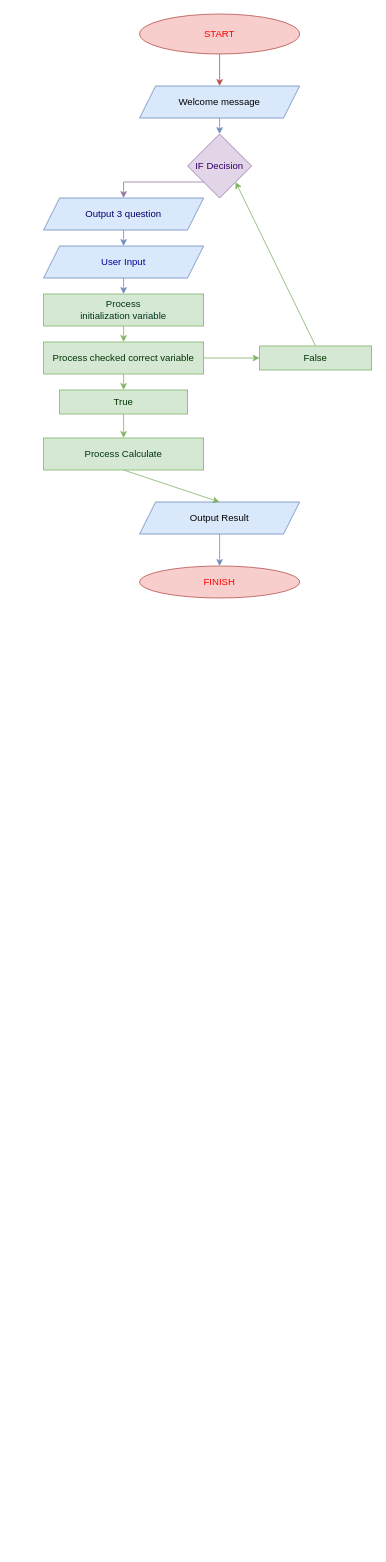
natafesenko/AssignmentFOOP_PDP keeps this draw.io diagram as mortgage.drawio. Above is the earlier version. Source tidied: cells renumbered, new cells numbered last; positions are measured from the earlier drawing's top-left corner, leaving out a move shared by most shapes. Both pictures are drawn from the tidied source at 80%, with x=0, y=0 at pixel (43, 14).
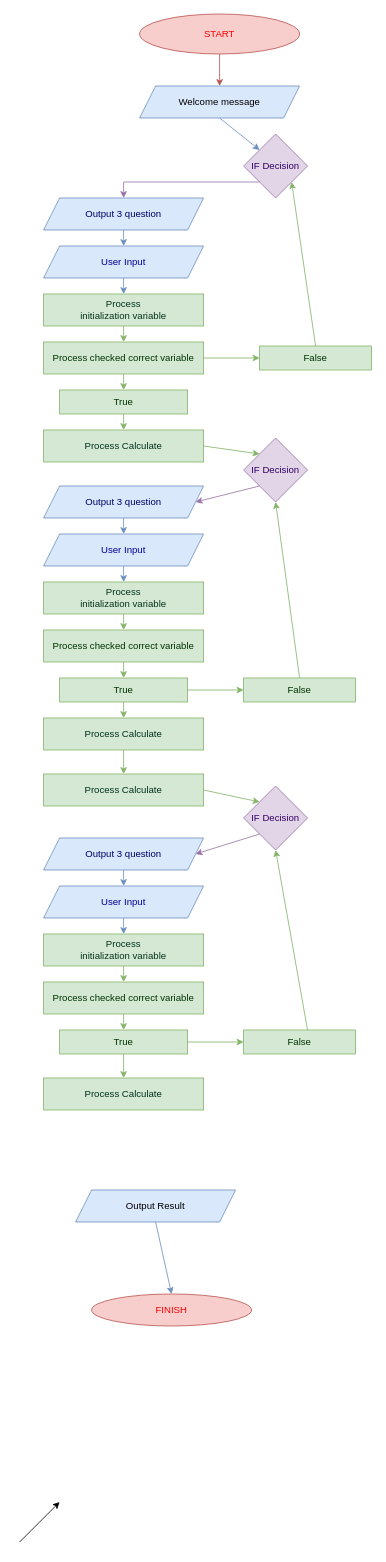
After the change.

The change refers to these unchanged cells:
```xml
<mxCell id="3" value="Welcome message" style="shape=parallelogram;perimeter=parallelogramPerimeter;whiteSpace=wrap;html=1;fixedSize=1;fillColor=#dae8fc;strokeColor=#6c8ebf;" parent="1" vertex="1">
  <mxGeometry x="120" y="90" width="200" height="40" as="geometry" />
</mxCell>
<mxCell id="18" value="True" style="rounded=0;whiteSpace=wrap;html=1;labelBorderColor=none;fillColor=#d5e8d4;strokeColor=#82b366;fontColor=#003300;" parent="1" vertex="1">
  <mxGeometry x="20" y="470" width="160" height="30" as="geometry" />
</mxCell>
```

Diff of the diagram source:
```diff
@@
-    <mxCell id="7" style="endArrow=classic;html=1;rounded=0;exitX=0.5;exitY=1;exitDx=0;exitDy=0;fillColor=#dae8fc;strokeColor=#6c8ebf;" parent="1" edge="1" source="3">
-      <mxGeometry relative="1" as="geometry">
-        <mxPoint x="220" y="150" as="targetPoint" />
-      </mxGeometry>
+    <mxCell id="7" style="endArrow=classic;html=1;rounded=0;exitX=0.5;exitY=1;exitDx=0;exitDy=0;fillColor=#dae8fc;strokeColor=#6c8ebf;entryX=0;entryY=0;entryDx=0;entryDy=0;" parent="1" edge="1" source="3" target="16">
+      <mxGeometry relative="1" as="geometry" />
     </mxCell>
@@
     <mxCell id="10" value="Process Calculate" style="rounded=0;whiteSpace=wrap;html=1;fillColor=#d5e8d4;strokeColor=#82b366;fontColor=#00331A;" parent="1" vertex="1">
-      <mxGeometry y="530" width="200" height="40" as="geometry" />
+      <mxGeometry y="880" width="200" height="40" as="geometry" />
     </mxCell>
     <mxCell id="11" value="Output Result" style="shape=parallelogram;perimeter=parallelogramPerimeter;whiteSpace=wrap;html=1;fixedSize=1;fillColor=#dae8fc;strokeColor=#6c8ebf;" parent="1" vertex="1">
-      <mxGeometry x="120" y="610" width="200" height="40" as="geometry" />
+      <mxGeometry x="40" y="1470" width="200" height="40" as="geometry" />
     </mxCell>
     <mxCell id="12" value="FINISH" style="ellipse;whiteSpace=wrap;html=1;fillColor=#f8cecc;strokeColor=#b85450;fontColor=#FF0000;" parent="1" vertex="1">
-      <mxGeometry x="120" y="690" width="200" height="40" as="geometry" />
+      <mxGeometry x="60" y="1600" width="200" height="40" as="geometry" />
     </mxCell>
-    <mxCell id="13" style="endArrow=classic;html=1;rounded=0;exitX=0.5;exitY=1;exitDx=0;exitDy=0;entryX=0.5;entryY=0;entryDx=0;entryDy=0;fillColor=#d5e8d4;strokeColor=#82b366;" parent="1" edge="1" source="10" target="11">
+    <mxCell id="13" style="endArrow=classic;html=1;rounded=0;exitX=0.5;exitY=1;exitDx=0;exitDy=0;entryX=0.5;entryY=0;entryDx=0;entryDy=0;fillColor=#d5e8d4;strokeColor=#82b366;" parent="1" edge="1" source="10" target="62">
       <mxGeometry relative="1" as="geometry" />
     </mxCell>
@@
     <mxCell id="16" value="IF Decision" style="rhombus;whiteSpace=wrap;html=1;labelBorderColor=none;fillColor=#e1d5e7;strokeColor=#9673a6;fontColor=#330066;" parent="1" vertex="1">
-      <mxGeometry x="180" y="150" width="80" height="80" as="geometry" />
+      <mxGeometry x="250" y="150" width="80" height="80" as="geometry" />
     </mxCell>
@@
-    <mxCell id="23" style="endArrow=classic;html=1;rounded=0;fontColor=#330066;exitX=0.5;exitY=1;exitDx=0;exitDy=0;entryX=0.5;entryY=0;entryDx=0;entryDy=0;fillColor=#d5e8d4;strokeColor=#82b366;" parent="1" edge="1" source="18" target="10">
-      <mxGeometry relative="1" as="geometry" />
-    </mxCell>
@@
+    <mxCell id="27" style="endArrow=classic;html=1;rounded=0;exitX=0.5;exitY=1;exitDx=0;exitDy=0;entryX=0.5;entryY=0;entryDx=0;entryDy=0;fillColor=#dae8fc;strokeColor=#6c8ebf;" parent="1" edge="1" source="36" target="37">
+      <mxGeometry relative="1" as="geometry" />
+    </mxCell>
+    <mxCell id="28" style="endArrow=classic;html=1;rounded=0;fontColor=#FF0000;entryX=0.5;entryY=0;entryDx=0;entryDy=0;fillColor=#d5e8d4;strokeColor=#82b366;exitX=0.5;exitY=1;exitDx=0;exitDy=0;" parent="1" edge="1" source="37" target="38">
+      <mxGeometry relative="1" as="geometry" />
+    </mxCell>
+    <mxCell id="29" value="IF Decision" style="rhombus;whiteSpace=wrap;html=1;labelBorderColor=none;fillColor=#e1d5e7;strokeColor=#9673a6;fontColor=#330066;" parent="1" vertex="1">
+      <mxGeometry x="250" y="530" width="80" height="80" as="geometry" />
+    </mxCell>
+    <mxCell id="30" value="False" style="rounded=0;whiteSpace=wrap;html=1;labelBorderColor=none;fillColor=#d5e8d4;strokeColor=#82b366;fontColor=#003300;" parent="1" vertex="1">
+      <mxGeometry x="250" y="830" width="140" height="30" as="geometry" />
+    </mxCell>
+    <mxCell id="31" style="endArrow=classic;html=1;rounded=0;fontColor=#330066;exitX=0.5;exitY=1;exitDx=0;exitDy=0;entryX=0.5;entryY=0;entryDx=0;entryDy=0;fillColor=#d5e8d4;strokeColor=#82b366;" parent="1" edge="1" source="38" target="39">
+      <mxGeometry relative="1" as="geometry" />
+    </mxCell>
+    <mxCell id="32" style="endArrow=classic;html=1;rounded=0;fontColor=#330066;exitX=1;exitY=0.5;exitDx=0;exitDy=0;entryX=0;entryY=0.5;entryDx=0;entryDy=0;fillColor=#d5e8d4;strokeColor=#82b366;" parent="1" edge="1" source="39" target="30">
+      <mxGeometry relative="1" as="geometry" />
+    </mxCell>
+    <mxCell id="33" style="endArrow=classic;html=1;rounded=0;fontColor=#330066;exitX=0.5;exitY=0;exitDx=0;exitDy=0;fillColor=#d5e8d4;strokeColor=#82b366;entryX=0.5;entryY=1;entryDx=0;entryDy=0;" parent="1" edge="1" source="30" target="29">
+      <mxGeometry relative="1" as="geometry" />
+    </mxCell>
+    <mxCell id="34" style="edgeStyle=orthogonalEdgeStyle;rounded=0;orthogonalLoop=1;jettySize=auto;html=1;exitX=0.5;exitY=1;exitDx=0;exitDy=0;fontColor=#003300;" parent="1" edge="1">
+      <mxGeometry relative="1" as="geometry">
+        <mxPoint x="90" y="890" as="sourcePoint" />
+        <mxPoint x="90" y="890" as="targetPoint" />
+      </mxGeometry>
+    </mxCell>
+    <mxCell id="35" style="endArrow=classic;html=1;rounded=0;fontColor=#000066;exitX=0.5;exitY=1;exitDx=0;exitDy=0;fillColor=#dae8fc;strokeColor=#6c8ebf;" parent="1" edge="1" source="41" target="36">
+      <mxGeometry relative="1" as="geometry" />
+    </mxCell>
+    <mxCell id="36" value="User Input" style="shape=parallelogram;perimeter=parallelogramPerimeter;whiteSpace=wrap;html=1;fixedSize=1;labelBorderColor=none;fillColor=#dae8fc;strokeColor=#6c8ebf;fontColor=#000099;" parent="1" vertex="1">
+      <mxGeometry y="650" width="200" height="40" as="geometry" />
+    </mxCell>
+    <mxCell id="37" value="Process &lt;br&gt;initialization variable" style="rounded=0;whiteSpace=wrap;html=1;fillColor=#d5e8d4;strokeColor=#82b366;fontColor=#00331A;" parent="1" vertex="1">
+      <mxGeometry y="710" width="200" height="40" as="geometry" />
+    </mxCell>
+    <mxCell id="38" value="Process checked correct variable" style="rounded=0;whiteSpace=wrap;html=1;fillColor=#d5e8d4;strokeColor=#82b366;fontColor=#003300;" parent="1" vertex="1">
+      <mxGeometry y="770" width="200" height="40" as="geometry" />
+    </mxCell>
+    <mxCell id="39" value="True" style="rounded=0;whiteSpace=wrap;html=1;labelBorderColor=none;fillColor=#d5e8d4;strokeColor=#82b366;fontColor=#003300;" parent="1" vertex="1">
+      <mxGeometry x="20" y="830" width="160" height="30" as="geometry" />
+    </mxCell>
+    <mxCell id="40" style="endArrow=classic;html=1;rounded=0;exitX=0.5;exitY=1;exitDx=0;exitDy=0;entryX=0.5;entryY=0;entryDx=0;entryDy=0;fillColor=#d5e8d4;strokeColor=#82b366;" parent="1" edge="1" source="18" target="63">
+      <mxGeometry relative="1" as="geometry" />
+    </mxCell>
+    <mxCell id="41" value="Output 3 question" style="shape=parallelogram;perimeter=parallelogramPerimeter;whiteSpace=wrap;html=1;fixedSize=1;labelBorderColor=none;fillColor=#dae8fc;strokeColor=#6c8ebf;fontColor=#000066;" parent="1" vertex="1">
+      <mxGeometry y="590" width="200" height="40" as="geometry" />
+    </mxCell>
+    <mxCell id="42" style="endArrow=classic;html=1;rounded=0;exitX=0;exitY=1;exitDx=0;exitDy=0;entryX=1;entryY=0.5;entryDx=0;entryDy=0;fillColor=#e1d5e7;strokeColor=#9673a6;" parent="1" edge="1" source="29" target="41">
+      <mxGeometry relative="1" as="geometry" />
+    </mxCell>
+    <mxCell id="43" style="endArrow=classic;html=1;rounded=0;" parent="1" edge="1">
+      <mxGeometry relative="1" as="geometry">
+        <mxPoint x="-30" y="1910" as="sourcePoint" />
+        <mxPoint x="20" y="1860" as="targetPoint" />
+      </mxGeometry>
+    </mxCell>
+    <mxCell id="44" style="endArrow=classic;html=1;rounded=0;exitX=0.5;exitY=1;exitDx=0;exitDy=0;fillColor=#d5e8d4;strokeColor=#82b366;" parent="1" edge="1" source="39" target="10">
+      <mxGeometry relative="1" as="geometry" />
+    </mxCell>
+    <mxCell id="45" value="Process Calculate" style="rounded=0;whiteSpace=wrap;html=1;fillColor=#d5e8d4;strokeColor=#82b366;fontColor=#00331A;" parent="1" vertex="1">
+      <mxGeometry y="1330" width="200" height="40" as="geometry" />
+    </mxCell>
+    <mxCell id="46" style="endArrow=classic;html=1;rounded=0;exitX=0.5;exitY=1;exitDx=0;exitDy=0;entryX=0.5;entryY=0;entryDx=0;entryDy=0;fillColor=#dae8fc;strokeColor=#6c8ebf;" parent="1" edge="1" source="54" target="55">
+      <mxGeometry relative="1" as="geometry" />
+    </mxCell>
+    <mxCell id="47" style="endArrow=classic;html=1;rounded=0;fontColor=#FF0000;entryX=0.5;entryY=0;entryDx=0;entryDy=0;fillColor=#d5e8d4;strokeColor=#82b366;exitX=0.5;exitY=1;exitDx=0;exitDy=0;" parent="1" edge="1" source="55" target="56">
+      <mxGeometry relative="1" as="geometry" />
+    </mxCell>
+    <mxCell id="48" value="False" style="rounded=0;whiteSpace=wrap;html=1;labelBorderColor=none;fillColor=#d5e8d4;strokeColor=#82b366;fontColor=#003300;" parent="1" vertex="1">
+      <mxGeometry x="250" y="1270" width="140" height="30" as="geometry" />
+    </mxCell>
+    <mxCell id="49" style="endArrow=classic;html=1;rounded=0;fontColor=#330066;exitX=0.5;exitY=1;exitDx=0;exitDy=0;entryX=0.5;entryY=0;entryDx=0;entryDy=0;fillColor=#d5e8d4;strokeColor=#82b366;" parent="1" edge="1" source="56" target="57">
+      <mxGeometry relative="1" as="geometry" />
+    </mxCell>
+    <mxCell id="50" style="endArrow=classic;html=1;rounded=0;fontColor=#330066;exitX=1;exitY=0.5;exitDx=0;exitDy=0;entryX=0;entryY=0.5;entryDx=0;entryDy=0;fillColor=#d5e8d4;strokeColor=#82b366;" parent="1" edge="1" source="57" target="48">
+      <mxGeometry relative="1" as="geometry" />
+    </mxCell>
+    <mxCell id="51" style="endArrow=classic;html=1;rounded=0;fontColor=#330066;exitX=0.571;exitY=0;exitDx=0;exitDy=0;entryX=0.5;entryY=1;entryDx=0;entryDy=0;fillColor=#d5e8d4;strokeColor=#82b366;exitPerimeter=0;" parent="1" edge="1" source="48" target="61">
+      <mxGeometry relative="1" as="geometry" />
+    </mxCell>
+    <mxCell id="52" style="edgeStyle=orthogonalEdgeStyle;rounded=0;orthogonalLoop=1;jettySize=auto;html=1;exitX=0.5;exitY=1;exitDx=0;exitDy=0;fontColor=#003300;" parent="1" edge="1">
+      <mxGeometry relative="1" as="geometry">
+        <mxPoint x="120" y="1370" as="sourcePoint" />
+        <mxPoint x="120" y="1370" as="targetPoint" />
+      </mxGeometry>
+    </mxCell>
+    <mxCell id="53" style="endArrow=classic;html=1;rounded=0;fontColor=#000066;exitX=0.5;exitY=1;exitDx=0;exitDy=0;fillColor=#dae8fc;strokeColor=#6c8ebf;" parent="1" edge="1" source="58" target="54">
+      <mxGeometry relative="1" as="geometry" />
+    </mxCell>
+    <mxCell id="54" value="User Input" style="shape=parallelogram;perimeter=parallelogramPerimeter;whiteSpace=wrap;html=1;fixedSize=1;labelBorderColor=none;fillColor=#dae8fc;strokeColor=#6c8ebf;fontColor=#000099;" parent="1" vertex="1">
+      <mxGeometry y="1090" width="200" height="40" as="geometry" />
+    </mxCell>
+    <mxCell id="55" value="Process &lt;br&gt;initialization variable" style="rounded=0;whiteSpace=wrap;html=1;fillColor=#d5e8d4;strokeColor=#82b366;fontColor=#00331A;" parent="1" vertex="1">
+      <mxGeometry y="1150" width="200" height="40" as="geometry" />
+    </mxCell>
+    <mxCell id="56" value="Process checked correct variable" style="rounded=0;whiteSpace=wrap;html=1;fillColor=#d5e8d4;strokeColor=#82b366;fontColor=#003300;" parent="1" vertex="1">
+      <mxGeometry y="1210" width="200" height="40" as="geometry" />
+    </mxCell>
+    <mxCell id="57" value="True" style="rounded=0;whiteSpace=wrap;html=1;labelBorderColor=none;fillColor=#d5e8d4;strokeColor=#82b366;fontColor=#003300;" parent="1" vertex="1">
+      <mxGeometry x="20" y="1270" width="160" height="30" as="geometry" />
+    </mxCell>
+    <mxCell id="58" value="Output 3 question" style="shape=parallelogram;perimeter=parallelogramPerimeter;whiteSpace=wrap;html=1;fixedSize=1;labelBorderColor=none;fillColor=#dae8fc;strokeColor=#6c8ebf;fontColor=#000066;" parent="1" vertex="1">
+      <mxGeometry y="1030" width="200" height="40" as="geometry" />
+    </mxCell>
+    <mxCell id="59" style="endArrow=classic;html=1;rounded=0;exitX=0;exitY=1;exitDx=0;exitDy=0;entryX=1;entryY=0.5;entryDx=0;entryDy=0;fillColor=#e1d5e7;strokeColor=#9673a6;" parent="1" edge="1" source="61" target="58">
+      <mxGeometry relative="1" as="geometry" />
+    </mxCell>
+    <mxCell id="60" style="endArrow=classic;html=1;rounded=0;exitX=0.5;exitY=1;exitDx=0;exitDy=0;fillColor=#d5e8d4;strokeColor=#82b366;" parent="1" edge="1" source="57" target="45">
+      <mxGeometry relative="1" as="geometry" />
+    </mxCell>
+    <mxCell id="61" value="IF Decision" style="rhombus;whiteSpace=wrap;html=1;labelBorderColor=none;fillColor=#e1d5e7;strokeColor=#9673a6;fontColor=#330066;" parent="1" vertex="1">
+      <mxGeometry x="250" y="965" width="80" height="80" as="geometry" />
+    </mxCell>
+    <mxCell id="62" value="Process Calculate" style="rounded=0;whiteSpace=wrap;html=1;fillColor=#d5e8d4;strokeColor=#82b366;fontColor=#00331A;" parent="1" vertex="1">
+      <mxGeometry y="950" width="200" height="40" as="geometry" />
+    </mxCell>
+    <mxCell id="63" value="Process Calculate" style="rounded=0;whiteSpace=wrap;html=1;fillColor=#d5e8d4;strokeColor=#82b366;fontColor=#00331A;" parent="1" vertex="1">
+      <mxGeometry y="520" width="200" height="40" as="geometry" />
+    </mxCell>
+    <mxCell id="64" style="endArrow=classic;html=1;rounded=0;exitX=1;exitY=0.5;exitDx=0;exitDy=0;entryX=0;entryY=0;entryDx=0;entryDy=0;fillColor=#d5e8d4;strokeColor=#82b366;" parent="1" edge="1" source="63" target="29">
+      <mxGeometry relative="1" as="geometry" />
+    </mxCell>
+    <mxCell id="65" style="endArrow=classic;html=1;rounded=0;exitX=1;exitY=0.5;exitDx=0;exitDy=0;entryX=0;entryY=0;entryDx=0;entryDy=0;fillColor=#d5e8d4;strokeColor=#82b366;" parent="1" edge="1" source="62" target="61">
+      <mxGeometry relative="1" as="geometry" />
+    </mxCell>
```
